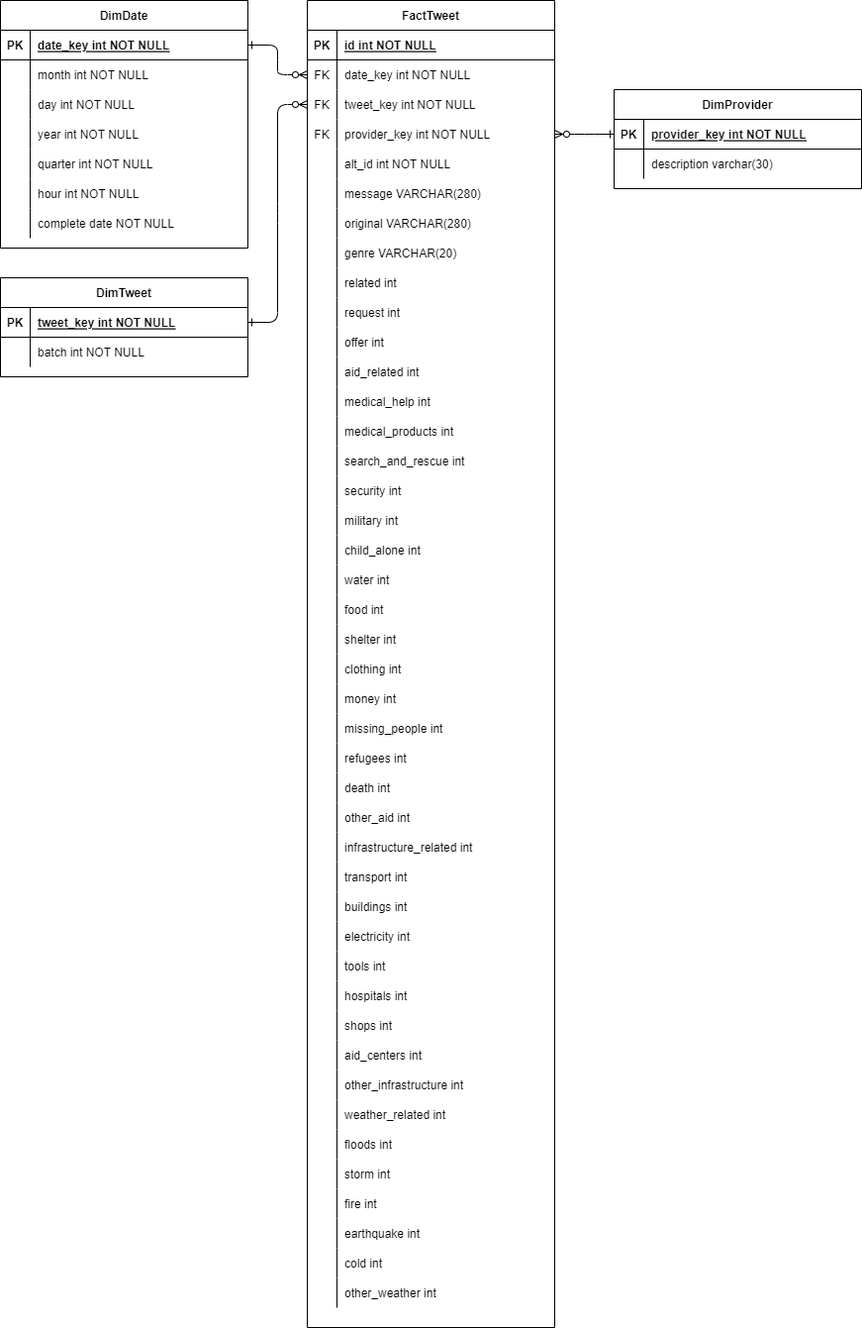
Earlier version of the draw.io export diagram/shema diagram.drawio.png (lui91/Azure-ETL-pipeline). Source tidied: cells renumbered, new cells last; positions are measured from the earlier drawing's top-left corner, leaving out a move shared by most shapes.
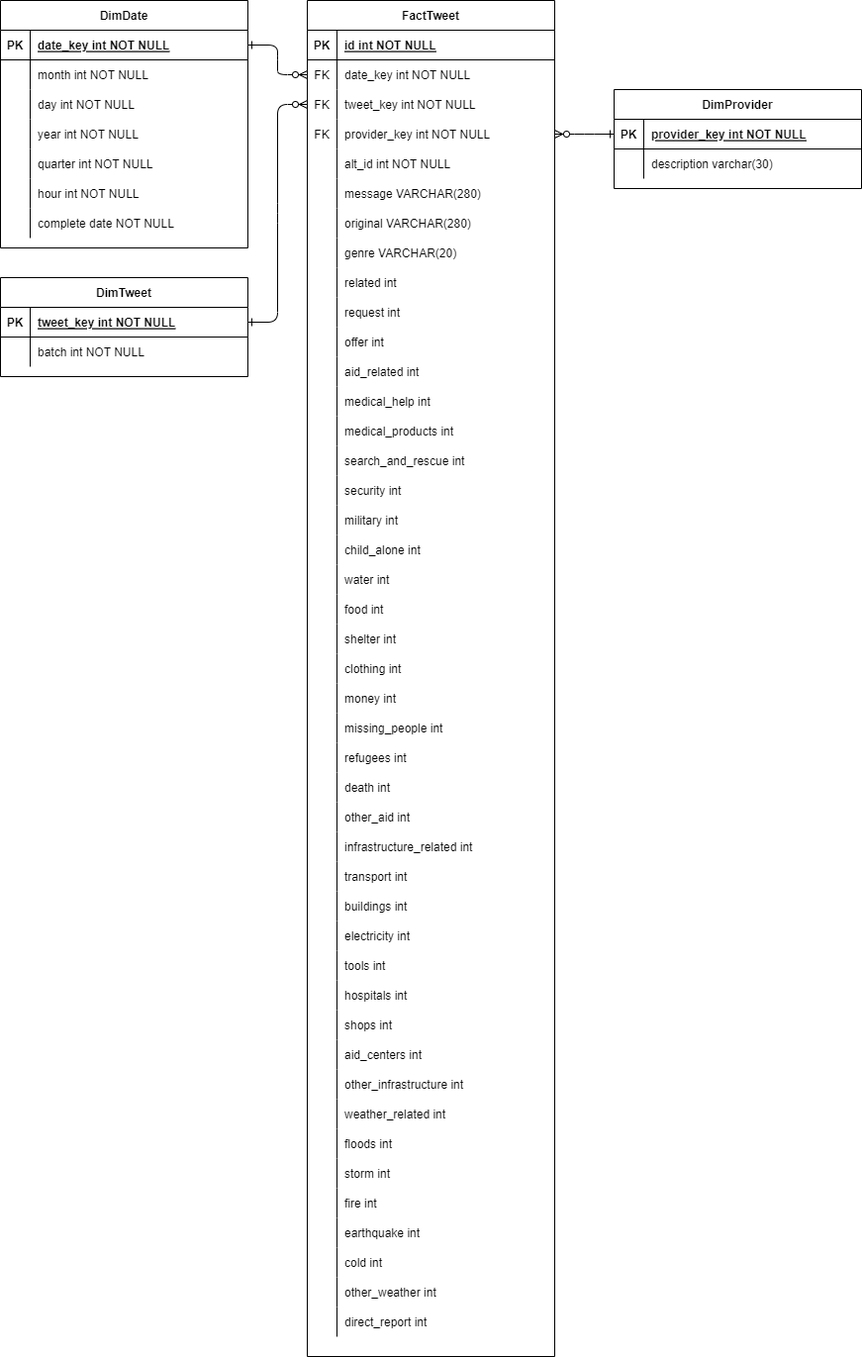
The same file after the commit.

Change to the diagram source:
```diff
@@ -6,7 +6,7 @@
       <mxGeometry relative="1" as="geometry" />
     </mxCell>
     <mxCell id="3" value="FactTweet" style="shape=table;startSize=30;rowLines=0;fontStyle=1;align=center;" parent="1" vertex="1">
-      <mxGeometry x="310" width="250" height="1340" as="geometry" />
+      <mxGeometry x="310" width="250" height="1370" as="geometry" />
     </mxCell>
     <mxCell id="4" style="shape=partialRectangle;fillColor=none;top=0;left=0;right=0;bottom=1;" parent="3" vertex="1">
       <mxGeometry y="30" width="250" height="30" as="geometry" />
@@ -395,6 +395,15 @@
     <mxCell id="132" value="other_weather int" style="shape=partialRectangle;overflow=hidden;fillColor=none;top=0;left=0;bottom=0;right=0;align=left;spacingLeft=6;" parent="130" vertex="1">
       <mxGeometry x="30" width="220" height="30" as="geometry" />
     </mxCell>
+    <mxCell id="171" style="shape=partialRectangle;fillColor=none;top=0;left=0;right=0;bottom=0;" parent="3" vertex="1">
+      <mxGeometry y="1320" width="250" height="30" as="geometry" />
+    </mxCell>
+    <mxCell id="172" style="shape=partialRectangle;overflow=hidden;fillColor=none;top=0;left=0;bottom=0;right=0;" parent="171" vertex="1">
+      <mxGeometry width="30" height="30" as="geometry" />
+    </mxCell>
+    <mxCell id="173" value="direct_report int" style="shape=partialRectangle;overflow=hidden;fillColor=none;top=0;left=0;bottom=0;right=0;align=left;spacingLeft=6;" parent="171" vertex="1">
+      <mxGeometry x="30" width="220" height="30" as="geometry" />
+    </mxCell>
     <mxCell id="133" value="DimDate" style="shape=table;startSize=30;rowLines=0;fontStyle=1;align=center;" parent="1" vertex="1">
       <mxGeometry width="250" height="250" as="geometry" />
     </mxCell>
```
